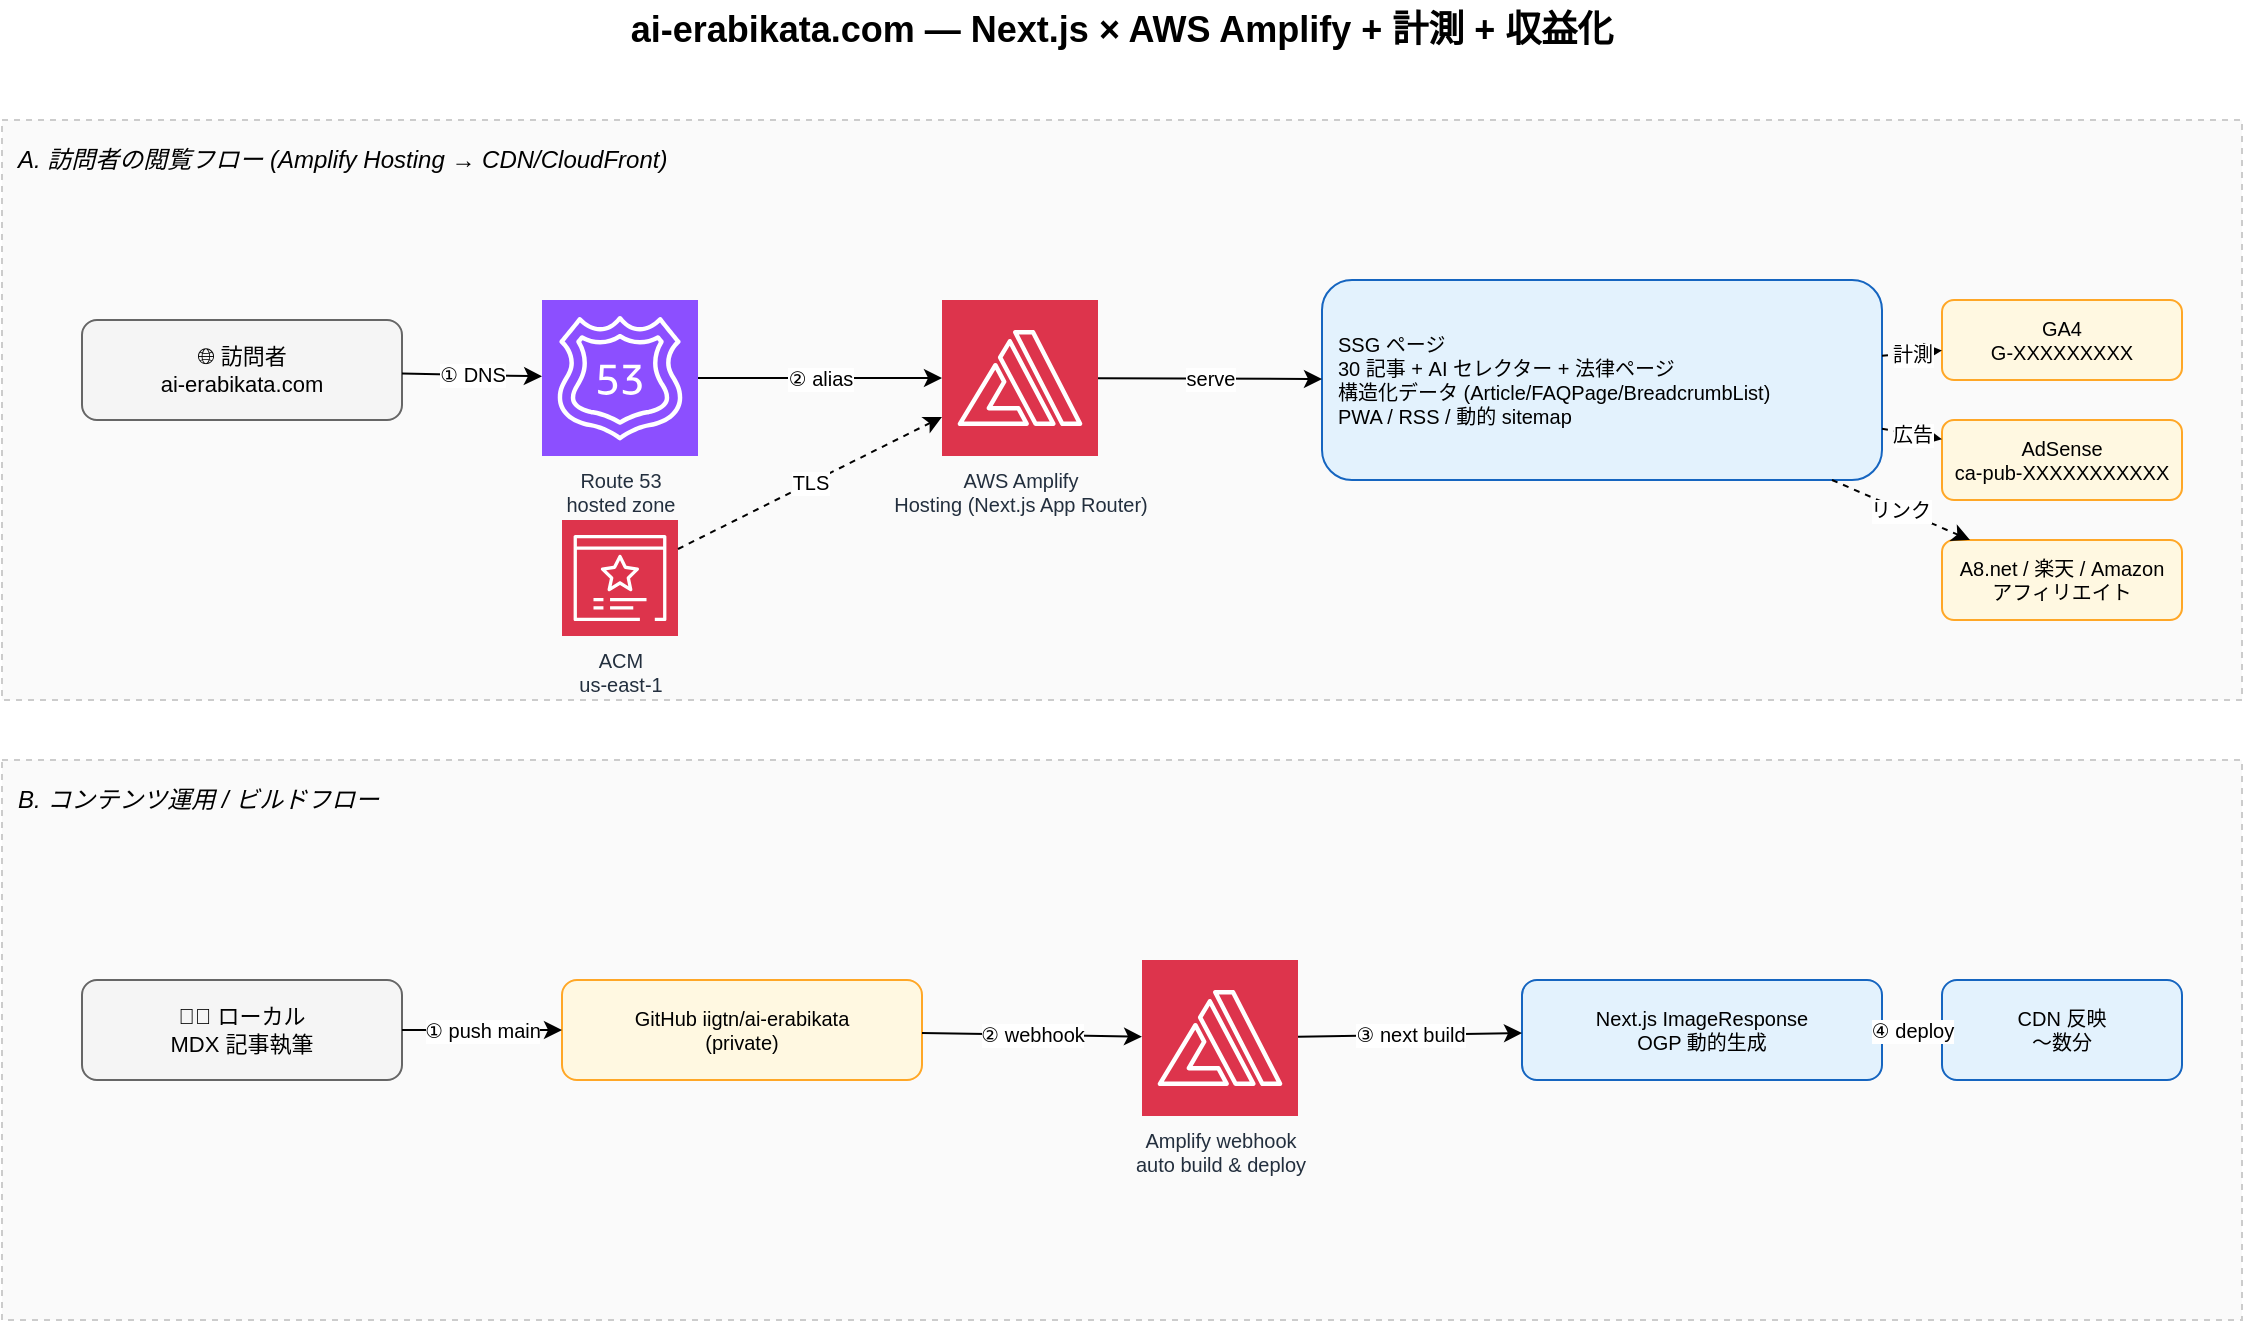
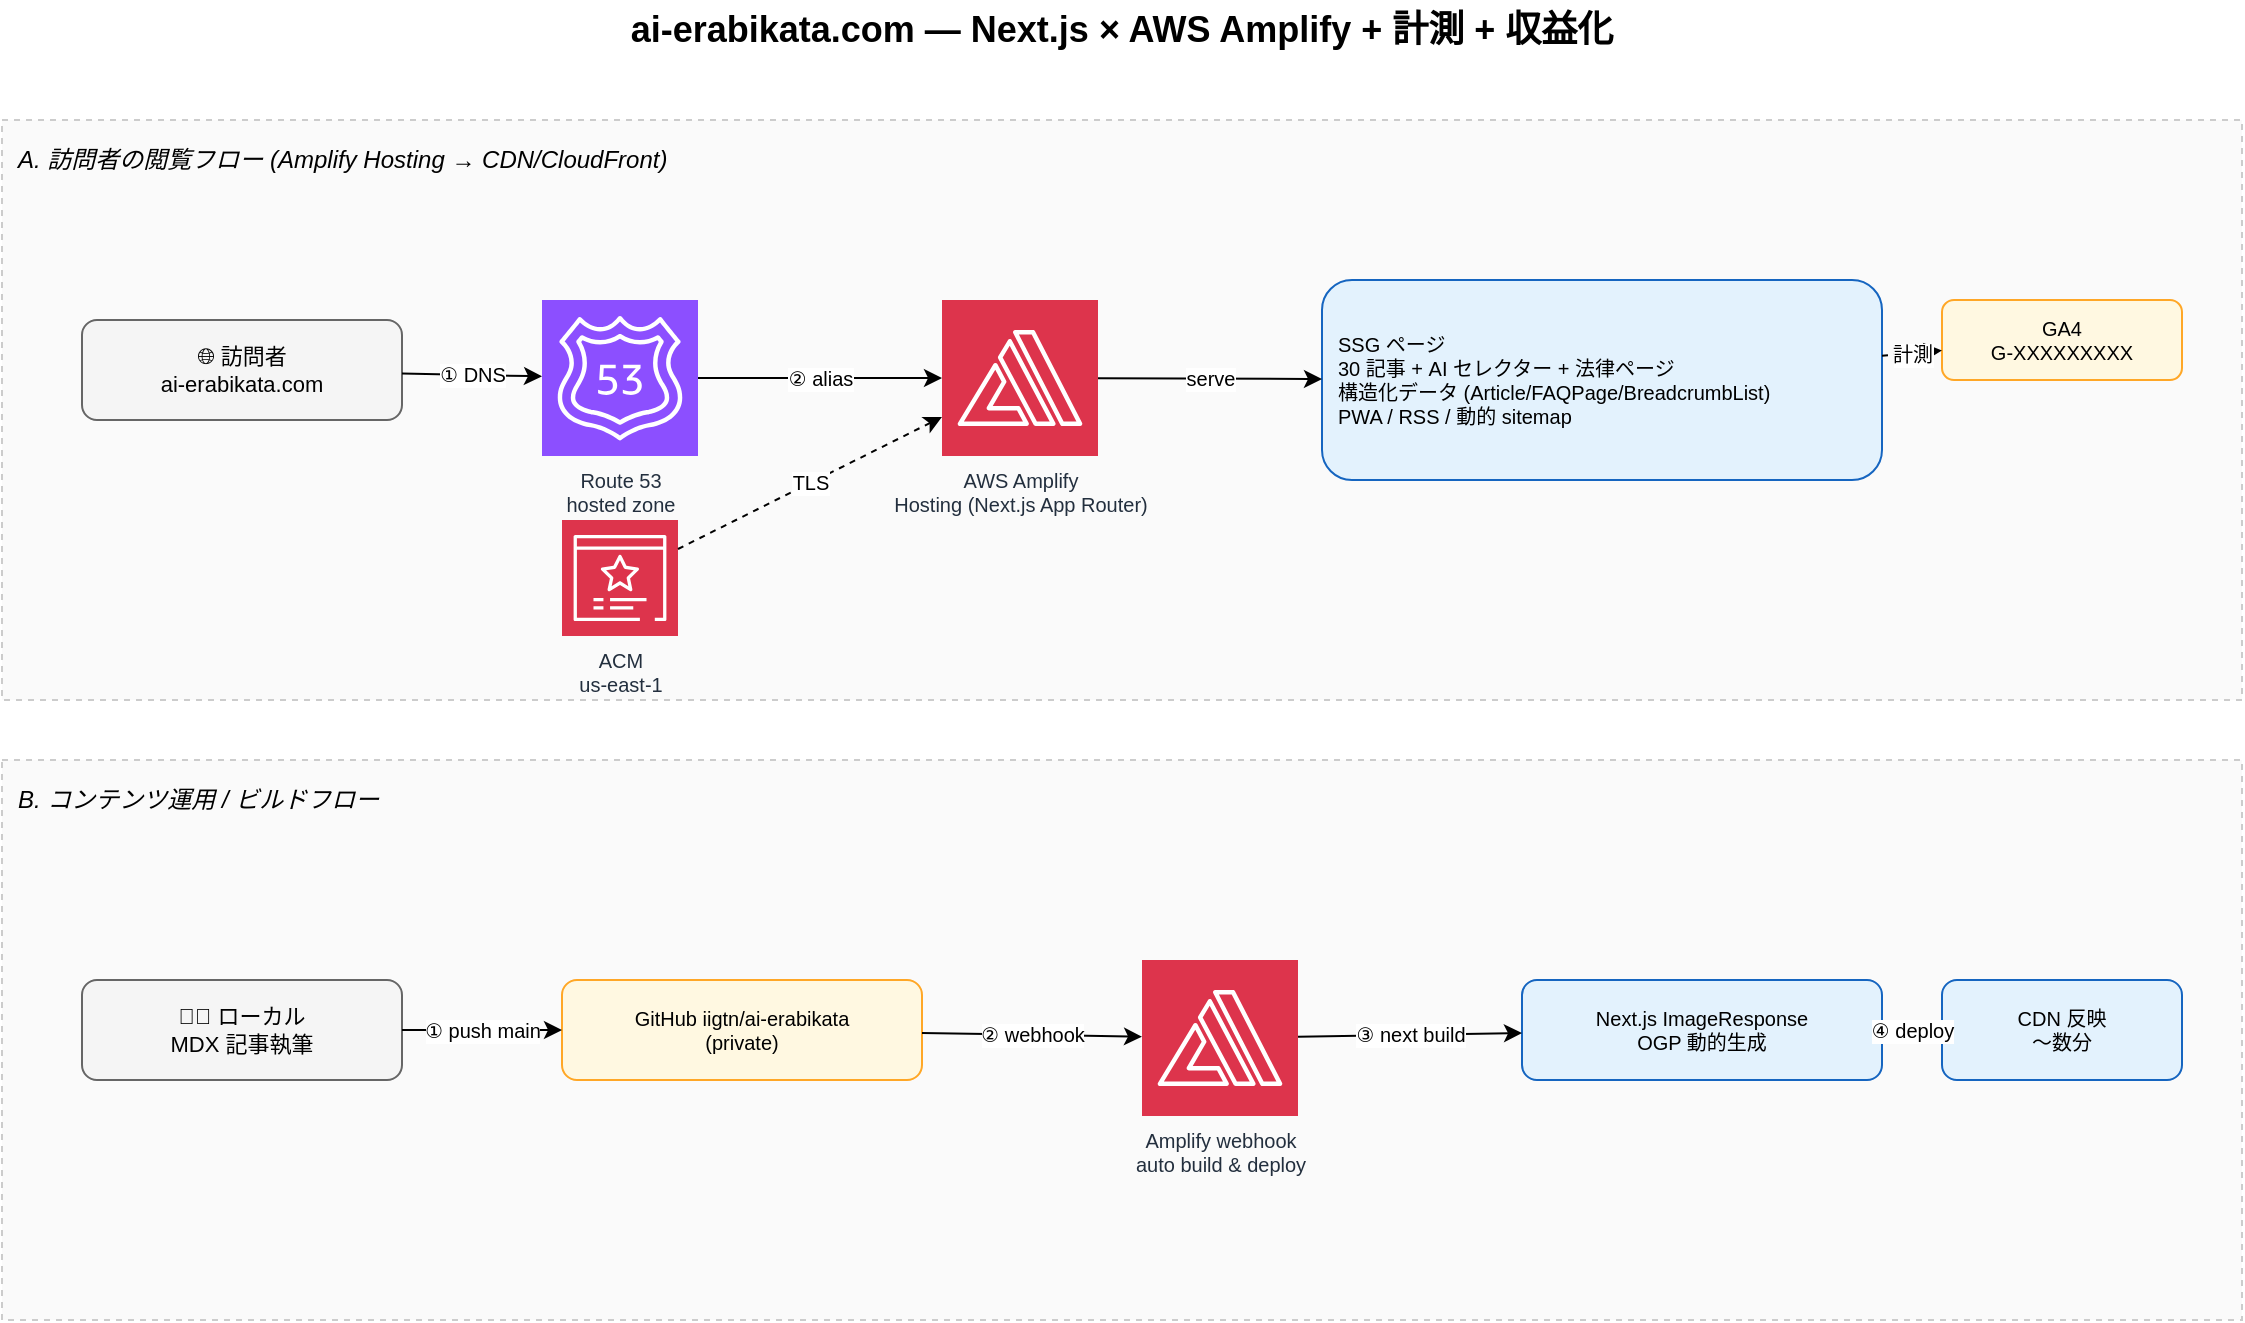
<mxfile host="www.iigtn.com" modified="2026-05-04T00:00:00.000Z" agent="iigtn-platform" version="24.0.0">
  <diagram name="ai-erabikata.com Architecture" id="aiera-arch">
    <mxGraphModel dx="1400" dy="900" grid="1" gridSize="10" guides="1" tooltips="1" connect="1" arrows="1" fold="1" page="1" pageScale="1" pageWidth="1200" pageHeight="780" math="0" shadow="0">
      <root>
        <mxCell id="0" />
        <mxCell id="1" parent="0" />

        <mxCell id="title" value="ai-erabikata.com — Next.js × AWS Amplify + 計測 + 収益化" style="text;html=1;align=center;verticalAlign=middle;whiteSpace=wrap;fontSize=18;fontStyle=1;" vertex="1" parent="1">
          <mxGeometry x="280" y="20" width="640" height="30" as="geometry" />
        </mxCell>

        <mxCell id="lyrA" value="A. 訪問者の閲覧フロー (Amplify Hosting → CDN/CloudFront)" style="rounded=0;whiteSpace=wrap;html=1;fillColor=#fafafa;strokeColor=#cccccc;dashed=1;fontSize=12;fontStyle=2;align=left;verticalAlign=top;spacing=8;" vertex="1" parent="1">
          <mxGeometry x="40" y="80" width="1120" height="290" as="geometry" />
        </mxCell>

        <mxCell id="user" value="🌐 訪問者&#xa;ai-erabikata.com" style="rounded=1;whiteSpace=wrap;html=1;fillColor=#f5f5f5;strokeColor=#666;fontSize=11;" vertex="1" parent="1">
          <mxGeometry x="80" y="180" width="160" height="50" as="geometry" />
        </mxCell>

        <mxCell id="r53" value="Route 53&#xa;hosted zone" style="sketch=0;outlineConnect=0;fontColor=#232F3E;fillColor=#8C4FFF;strokeColor=#ffffff;dashed=0;verticalLabelPosition=bottom;verticalAlign=top;align=center;html=1;fontSize=10;aspect=fixed;shape=mxgraph.aws4.resourceIcon;resIcon=mxgraph.aws4.route_53;" vertex="1" parent="1">
          <mxGeometry x="310" y="170" width="78" height="78" as="geometry" />
        </mxCell>

        <mxCell id="acm" value="ACM&#xa;us-east-1" style="sketch=0;outlineConnect=0;fontColor=#232F3E;fillColor=#DD344C;strokeColor=#ffffff;dashed=0;verticalLabelPosition=bottom;verticalAlign=top;align=center;html=1;fontSize=10;aspect=fixed;shape=mxgraph.aws4.resourceIcon;resIcon=mxgraph.aws4.certificate_manager_3;" vertex="1" parent="1">
          <mxGeometry x="320" y="280" width="58" height="58" as="geometry" />
        </mxCell>

        <mxCell id="amp" value="AWS Amplify&#xa;Hosting (Next.js App Router)" style="sketch=0;outlineConnect=0;fontColor=#232F3E;fillColor=#DD344C;strokeColor=#ffffff;dashed=0;verticalLabelPosition=bottom;verticalAlign=top;align=center;html=1;fontSize=10;aspect=fixed;shape=mxgraph.aws4.resourceIcon;resIcon=mxgraph.aws4.amplify;" vertex="1" parent="1">
          <mxGeometry x="510" y="170" width="78" height="78" as="geometry" />
        </mxCell>

        <mxCell id="ssg" value="SSG ページ&#xa;30 記事 + AI セレクター + 法律ページ&#xa;構造化データ (Article/FAQPage/BreadcrumbList)&#xa;PWA / RSS / 動的 sitemap" style="rounded=1;whiteSpace=wrap;html=1;fillColor=#e3f2fd;strokeColor=#1565c0;fontSize=10;align=left;spacing=8;" vertex="1" parent="1">
          <mxGeometry x="700" y="160" width="280" height="100" as="geometry" />
        </mxCell>

        <mxCell id="ga" value="GA4&#xa;G-XXXXXXXXX" style="rounded=1;whiteSpace=wrap;html=1;fillColor=#fff8e1;strokeColor=#ffa726;fontSize=10;" vertex="1" parent="1">
          <mxGeometry x="1010" y="170" width="120" height="40" as="geometry" />
        </mxCell>

-         <mxCell id="ads" value="AdSense&#xa;ca-pub-XXXXXXXXXXX" style="rounded=1;whiteSpace=wrap;html=1;fillColor=#fff8e1;strokeColor=#ffa726;fontSize=10;" vertex="1" parent="1">
-           <mxGeometry x="1010" y="230" width="120" height="40" as="geometry" />
-         </mxCell>
- 
-         <mxCell id="aff" value="A8.net / 楽天 / Amazon&#xa;アフィリエイト" style="rounded=1;whiteSpace=wrap;html=1;fillColor=#fff8e1;strokeColor=#ffa726;fontSize=10;" vertex="1" parent="1">
-           <mxGeometry x="1010" y="290" width="120" height="40" as="geometry" />
-         </mxCell>
- 
        <mxCell id="aedge1" value="① DNS" style="endArrow=classic;html=1;fontSize=10;" edge="1" parent="1" source="user" target="r53">
          <mxGeometry relative="1" as="geometry" />
        </mxCell>
        <mxCell id="aedge2" value="② alias" style="endArrow=classic;html=1;fontSize=10;" edge="1" parent="1" source="r53" target="amp">
          <mxGeometry relative="1" as="geometry" />
        </mxCell>
        <mxCell id="aedge3" value="TLS" style="endArrow=classic;dashed=1;html=1;fontSize=10;" edge="1" parent="1" source="acm" target="amp">
          <mxGeometry relative="1" as="geometry" />
        </mxCell>
        <mxCell id="aedge4" value="serve" style="endArrow=classic;html=1;fontSize=10;" edge="1" parent="1" source="amp" target="ssg">
          <mxGeometry relative="1" as="geometry" />
        </mxCell>
        <mxCell id="aedge5" value="計測" style="endArrow=classic;dashed=1;html=1;fontSize=10;" edge="1" parent="1" source="ssg" target="ga">
-           <mxGeometry relative="1" as="geometry" />
-         </mxCell>
-         <mxCell id="aedge6" value="広告" style="endArrow=classic;dashed=1;html=1;fontSize=10;" edge="1" parent="1" source="ssg" target="ads">
-           <mxGeometry relative="1" as="geometry" />
-         </mxCell>
-         <mxCell id="aedge7" value="リンク" style="endArrow=classic;dashed=1;html=1;fontSize=10;" edge="1" parent="1" source="ssg" target="aff">
          <mxGeometry relative="1" as="geometry" />
        </mxCell>

        <mxCell id="lyrB" value="B. コンテンツ運用 / ビルドフロー" style="rounded=0;whiteSpace=wrap;html=1;fillColor=#fafafa;strokeColor=#cccccc;dashed=1;fontSize=12;fontStyle=2;align=left;verticalAlign=top;spacing=8;" vertex="1" parent="1">
          <mxGeometry x="40" y="400" width="1120" height="280" as="geometry" />
        </mxCell>

        <mxCell id="dev" value="👨‍💻 ローカル&#xa;MDX 記事執筆" style="rounded=1;whiteSpace=wrap;html=1;fillColor=#f5f5f5;strokeColor=#666;fontSize=11;" vertex="1" parent="1">
          <mxGeometry x="80" y="510" width="160" height="50" as="geometry" />
        </mxCell>

        <mxCell id="gh" value="GitHub iigtn/ai-erabikata&#xa;(private)" style="rounded=1;whiteSpace=wrap;html=1;fillColor=#fff8e1;strokeColor=#ffa726;fontSize=10;" vertex="1" parent="1">
          <mxGeometry x="320" y="510" width="180" height="50" as="geometry" />
        </mxCell>

        <mxCell id="ampbuild" value="Amplify webhook&#xa;auto build &amp; deploy" style="sketch=0;outlineConnect=0;fontColor=#232F3E;fillColor=#DD344C;strokeColor=#ffffff;dashed=0;verticalLabelPosition=bottom;verticalAlign=top;align=center;html=1;fontSize=10;aspect=fixed;shape=mxgraph.aws4.resourceIcon;resIcon=mxgraph.aws4.amplify;" vertex="1" parent="1">
          <mxGeometry x="610" y="500" width="78" height="78" as="geometry" />
        </mxCell>

        <mxCell id="ogp" value="Next.js ImageResponse&#xa;OGP 動的生成" style="rounded=1;whiteSpace=wrap;html=1;fillColor=#e3f2fd;strokeColor=#1565c0;fontSize=10;" vertex="1" parent="1">
          <mxGeometry x="800" y="510" width="180" height="50" as="geometry" />
        </mxCell>

        <mxCell id="cdn" value="CDN 反映&#xa;〜数分" style="rounded=1;whiteSpace=wrap;html=1;fillColor=#e3f2fd;strokeColor=#1565c0;fontSize=10;" vertex="1" parent="1">
          <mxGeometry x="1010" y="510" width="120" height="50" as="geometry" />
        </mxCell>

        <mxCell id="bedge1" value="① push main" style="endArrow=classic;html=1;fontSize=10;" edge="1" parent="1" source="dev" target="gh">
          <mxGeometry relative="1" as="geometry" />
        </mxCell>
        <mxCell id="bedge2" value="② webhook" style="endArrow=classic;html=1;fontSize=10;" edge="1" parent="1" source="gh" target="ampbuild">
          <mxGeometry relative="1" as="geometry" />
        </mxCell>
        <mxCell id="bedge3" value="③ next build" style="endArrow=classic;html=1;fontSize=10;" edge="1" parent="1" source="ampbuild" target="ogp">
          <mxGeometry relative="1" as="geometry" />
        </mxCell>
        <mxCell id="bedge4" value="④ deploy" style="endArrow=classic;html=1;fontSize=10;" edge="1" parent="1" source="ogp" target="cdn">
          <mxGeometry relative="1" as="geometry" />
        </mxCell>

      </root>
    </mxGraphModel>
  </diagram>
</mxfile>
